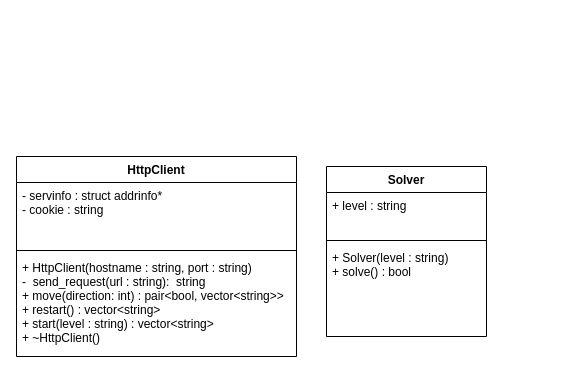
The draw.io diagram docs/uml.drawio in Yao-Chung/Sokoban-Agent, before the edit. Source tidied: cells renumbered, new cells numbered last; positions are measured from the earlier drawing's top-left corner, leaving out a move shared by most shapes. Both pictures are drawn from the tidied source at 100%, with x=0, y=0 at pixel (16, 156).
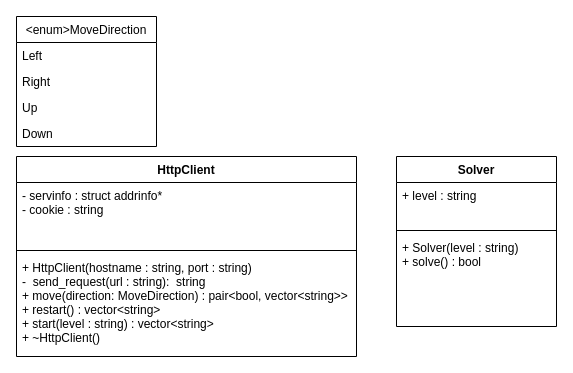
The same page after the edit.

The edit, as a diff of the source:
```diff
@@
 <mxGraphModel>
   <root>
     <mxCell id="0" />
     <mxCell id="1" parent="0" />
     <mxCell id="2" value="HttpClient" style="swimlane;fontStyle=1;align=center;verticalAlign=top;horizontal=1;startSize=26;" parent="1" vertex="1">
-      <mxGeometry width="280" height="200" as="geometry" />
+      <mxGeometry width="340" height="200" as="geometry" />
     </mxCell>
     <mxCell id="3" value="- servinfo : struct addrinfo*&#10;- cookie : string" style="text;strokeColor=none;fillColor=none;align=left;verticalAlign=top;spacingLeft=4;spacingRight=4;overflow=hidden;" parent="2" vertex="1">
-      <mxGeometry y="26" width="280" height="64" as="geometry" />
+      <mxGeometry y="26" width="340" height="64" as="geometry" />
     </mxCell>
     <mxCell id="4" style="line;strokeWidth=1;fillColor=none;align=left;verticalAlign=middle;spacingTop=-1;spacingLeft=3;spacingRight=3;labelPosition=right;" parent="2" vertex="1">
-      <mxGeometry y="90" width="280" height="8" as="geometry" />
+      <mxGeometry y="90" width="340" height="8" as="geometry" />
     </mxCell>
-    <mxCell id="5" value="+ HttpClient(hostname : string, port : string)&#10;-  send_request(url : string):  string&#10;+ move(direction: int) : pair&lt;bool, vector&lt;string&gt;&gt;&#10;+ restart() : vector&lt;string&gt;&#10;+ start(level : string) : vector&lt;string&gt;&#10;+ ~HttpClient()&#10;&#10;&#10;" style="text;strokeColor=none;fillColor=none;align=left;verticalAlign=top;spacingLeft=4;spacingRight=4;overflow=hidden;" parent="2" vertex="1">
-      <mxGeometry y="98" width="280" height="102" as="geometry" />
+    <mxCell id="5" value="+ HttpClient(hostname : string, port : string)&#10;-  send_request(url : string):  string&#10;+ move(direction: MoveDirection) : pair&lt;bool, vector&lt;string&gt;&gt;&#10;+ restart() : vector&lt;string&gt;&#10;+ start(level : string) : vector&lt;string&gt;&#10;+ ~HttpClient()&#10;&#10;&#10;" style="text;strokeColor=none;fillColor=none;align=left;verticalAlign=top;spacingLeft=4;spacingRight=4;overflow=hidden;" parent="2" vertex="1">
+      <mxGeometry y="98" width="340" height="102" as="geometry" />
     </mxCell>
     <mxCell id="6" value="Solver" style="swimlane;fontStyle=1;align=center;verticalAlign=top;horizontal=1;startSize=26;" parent="1" vertex="1">
-      <mxGeometry x="310" y="10" width="160" height="170" as="geometry" />
+      <mxGeometry x="380" width="160" height="170" as="geometry" />
     </mxCell>
     <mxCell id="7" value="+ level : string&#10;" style="text;strokeColor=none;fillColor=none;align=left;verticalAlign=top;spacingLeft=4;spacingRight=4;overflow=hidden;" parent="6" vertex="1">
       <mxGeometry y="26" width="160" height="44" as="geometry" />
     </mxCell>
     <mxCell id="8" style="line;strokeWidth=1;fillColor=none;align=left;verticalAlign=middle;spacingTop=-1;spacingLeft=3;spacingRight=3;labelPosition=right;" parent="6" vertex="1">
       <mxGeometry y="70" width="160" height="8" as="geometry" />
     </mxCell>
     <mxCell id="9" value="+ Solver(level : string)&#10;+ solve() : bool" style="text;strokeColor=none;fillColor=none;align=left;verticalAlign=top;spacingLeft=4;spacingRight=4;overflow=hidden;" parent="6" vertex="1">
       <mxGeometry y="78" width="160" height="92" as="geometry" />
     </mxCell>
+    <mxCell id="10" value="&lt;enum&gt;MoveDirection" style="swimlane;fontStyle=0;horizontal=1;startSize=26;fillColor=none;" parent="1" vertex="1">
+      <mxGeometry y="-140" width="140" height="130" as="geometry" />
+    </mxCell>
+    <mxCell id="11" value="Left" style="text;strokeColor=none;fillColor=none;align=left;verticalAlign=top;spacingLeft=4;spacingRight=4;overflow=hidden;" parent="10" vertex="1">
+      <mxGeometry y="26" width="140" height="26" as="geometry" />
+    </mxCell>
+    <mxCell id="12" value="Right" style="text;strokeColor=none;fillColor=none;align=left;verticalAlign=top;spacingLeft=4;spacingRight=4;overflow=hidden;" parent="10" vertex="1">
+      <mxGeometry y="52" width="140" height="26" as="geometry" />
+    </mxCell>
+    <mxCell id="13" value="Up" style="text;strokeColor=none;fillColor=none;align=left;verticalAlign=top;spacingLeft=4;spacingRight=4;overflow=hidden;" parent="10" vertex="1">
+      <mxGeometry y="78" width="140" height="26" as="geometry" />
+    </mxCell>
+    <mxCell id="14" value="Down" style="text;strokeColor=none;fillColor=none;align=left;verticalAlign=top;spacingLeft=4;spacingRight=4;overflow=hidden;" parent="10" vertex="1">
+      <mxGeometry y="104" width="140" height="26" as="geometry" />
+    </mxCell>
   </root>
 </mxGraphModel>
```
